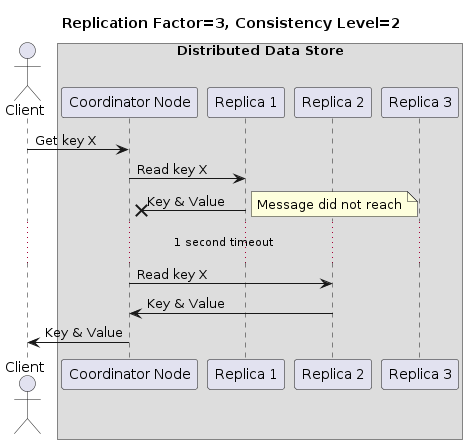
Earlier version of the PlantUML export diagrams/sequence5.png (EliriaT/distributed-store). Source of this version:
```plantuml
@startuml
title Replication Factor=3, Consistency Level=2

actor Client as C
box "Distributed Data Store"
participant "Coordinator Node" as CN
participant "Replica 1" as N1
participant "Replica 2" as N2
participant "Replica 3" as N3
end box


C -> CN : Get key X
CN -> N1 : Read key X
N1 ->x CN : Key & Value
note right: Message did not reach
...1 second timeout...
CN -> N2 : Read key X
N2 -> CN : Key & Value
CN -> C : Key & Value
@enduml
```
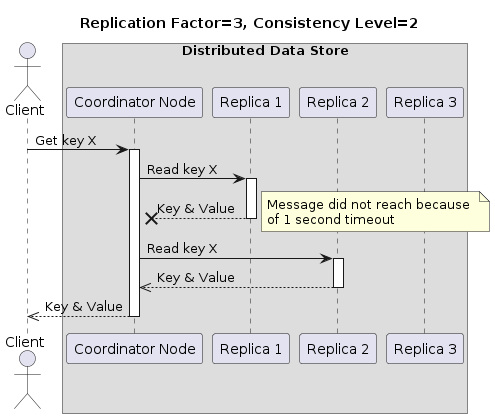
The same diagram one commit later.

The edit, as a diff of the source:
```diff
@@ -11,11 +11,21 @@
 
 
 C -> CN : Get key X
+activate CN
 CN -> N1 : Read key X
-N1 ->x CN : Key & Value
-note right: Message did not reach
-...1 second timeout...
+activate N1
+N1 -->>x CN : Key & Value
+deactivate N1
+
+note right
+Message did not reach because
+of 1 second timeout
+end note
+
 CN -> N2 : Read key X
-N2 -> CN : Key & Value
-CN -> C : Key & Value
+activate N2
+N2 -->> CN : Key & Value
+deactivate N2
+CN -->> C : Key & Value
+deactivate CN
 @enduml
```
